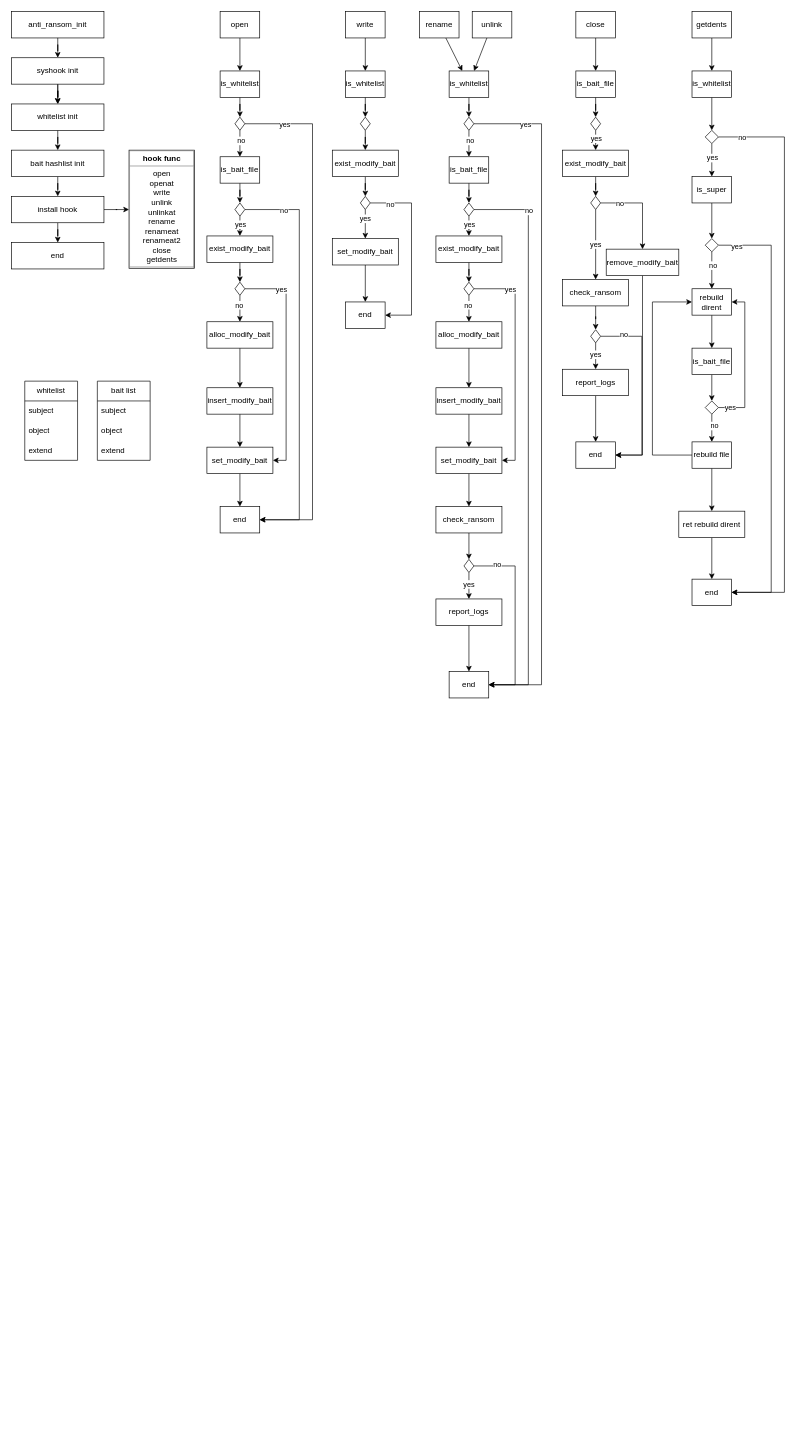
The draw.io diagram ransomware/anti_ransom.drawio in DeviceObject/CRecord, before the edit. Source tidied: cells renumbered, new cells numbered last; positions are measured from the earlier drawing's top-left corner, leaving out a move shared by most shapes. Both pictures are drawn from the tidied source at 66%, with x=0, y=0 at pixel (11, 11).
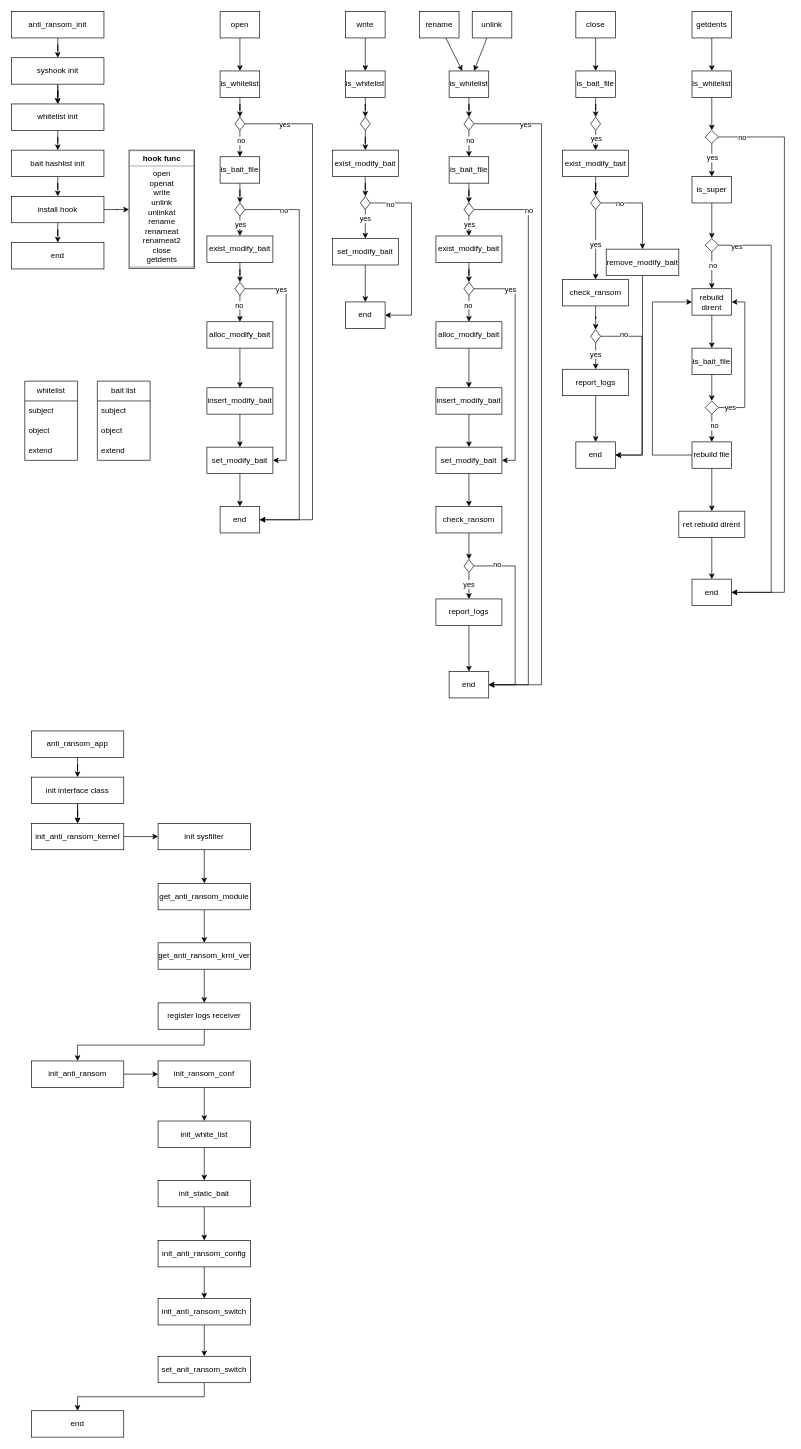
The same page after the edit.

Change to the diagram source:
```diff
@@
+    <mxCell id="167" style="edgeStyle=orthogonalEdgeStyle;rounded=0;jettySize=auto;html=1;" parent="1" edge="1" source="176" target="173">
+      <mxGeometry relative="1" as="geometry" />
+    </mxCell>
+    <mxCell id="168" value="anti_ransom_app" style="rounded=0;whiteSpace=wrap;html=1;" parent="1" vertex="1">
+      <mxGeometry x="30" y="1090" width="140" height="40" as="geometry" />
+    </mxCell>
+    <mxCell id="169" style="edgeStyle=orthogonalEdgeStyle;rounded=0;jettySize=auto;html=1;" parent="1" edge="1" source="170" target="186">
+      <mxGeometry relative="1" as="geometry" />
+    </mxCell>
+    <mxCell id="170" value="init_anti_ransom" style="rounded=0;whiteSpace=wrap;html=1;" parent="1" vertex="1">
+      <mxGeometry x="30" y="1590" width="140" height="40" as="geometry" />
+    </mxCell>
+    <mxCell id="171" style="edgeStyle=orthogonalEdgeStyle;rounded=0;jettySize=auto;html=1;" parent="1" edge="1" source="176" target="173">
+      <mxGeometry relative="1" as="geometry" />
+    </mxCell>
+    <mxCell id="172" style="edgeStyle=orthogonalEdgeStyle;rounded=0;jettySize=auto;html=1;" parent="1" edge="1" source="173" target="178">
+      <mxGeometry relative="1" as="geometry" />
+    </mxCell>
+    <mxCell id="173" value="init_anti_ransom_kernel" style="rounded=0;whiteSpace=wrap;html=1;" parent="1" vertex="1">
+      <mxGeometry x="30" y="1230" width="140" height="40" as="geometry" />
+    </mxCell>
+    <mxCell id="174" value="end" style="rounded=0;whiteSpace=wrap;html=1;" parent="1" vertex="1">
+      <mxGeometry x="30" y="2120" width="140" height="40" as="geometry" />
+    </mxCell>
+    <mxCell id="175" style="edgeStyle=orthogonalEdgeStyle;rounded=0;jettySize=auto;html=1;" parent="1" edge="1" source="168" target="176">
+      <mxGeometry relative="1" as="geometry" />
+    </mxCell>
+    <mxCell id="176" value="init interface class" style="rounded=0;whiteSpace=wrap;html=1;" parent="1" vertex="1">
+      <mxGeometry x="30" y="1160" width="140" height="40" as="geometry" />
+    </mxCell>
+    <mxCell id="177" style="edgeStyle=orthogonalEdgeStyle;rounded=0;jettySize=auto;html=1;" parent="1" edge="1" source="178" target="180">
+      <mxGeometry relative="1" as="geometry" />
+    </mxCell>
+    <mxCell id="178" value="init sysfilter" style="rounded=0;whiteSpace=wrap;html=1;" parent="1" vertex="1">
+      <mxGeometry x="222" y="1230" width="140" height="40" as="geometry" />
+    </mxCell>
+    <mxCell id="179" style="edgeStyle=orthogonalEdgeStyle;rounded=0;jettySize=auto;html=1;" parent="1" edge="1" source="180" target="182">
+      <mxGeometry relative="1" as="geometry" />
+    </mxCell>
+    <mxCell id="180" value="get_anti_ransom_module" style="rounded=0;whiteSpace=wrap;html=1;" parent="1" vertex="1">
+      <mxGeometry x="222" y="1321" width="140" height="40" as="geometry" />
+    </mxCell>
+    <mxCell id="181" style="edgeStyle=orthogonalEdgeStyle;rounded=0;jettySize=auto;html=1;" parent="1" edge="1" source="182" target="184">
+      <mxGeometry relative="1" as="geometry" />
+    </mxCell>
+    <mxCell id="182" value="get_anti_ransom_krnl_ver" style="rounded=0;whiteSpace=wrap;html=1;" parent="1" vertex="1">
+      <mxGeometry x="222" y="1411" width="140" height="40" as="geometry" />
+    </mxCell>
+    <mxCell id="183" style="edgeStyle=orthogonalEdgeStyle;rounded=0;jettySize=auto;html=1;entryX=0.5;entryY=0;entryDx=0;entryDy=0;exitX=0.5;exitY=1;exitDx=0;exitDy=0;" parent="1" edge="1" source="184" target="170">
+      <mxGeometry relative="1" as="geometry" />
+    </mxCell>
+    <mxCell id="184" value="register logs receiver" style="rounded=0;whiteSpace=wrap;html=1;" parent="1" vertex="1">
+      <mxGeometry x="222" y="1502" width="140" height="40" as="geometry" />
+    </mxCell>
+    <mxCell id="185" style="edgeStyle=orthogonalEdgeStyle;rounded=0;jettySize=auto;html=1;" parent="1" edge="1" source="186" target="188">
+      <mxGeometry relative="1" as="geometry" />
+    </mxCell>
+    <mxCell id="186" value="init_ransom_conf" style="rounded=0;whiteSpace=wrap;html=1;" parent="1" vertex="1">
+      <mxGeometry x="222" y="1590" width="140" height="40" as="geometry" />
+    </mxCell>
+    <mxCell id="187" style="edgeStyle=orthogonalEdgeStyle;rounded=0;jettySize=auto;html=1;" parent="1" edge="1" source="188" target="190">
+      <mxGeometry relative="1" as="geometry" />
+    </mxCell>
+    <mxCell id="188" value="init_white_list" style="rounded=0;whiteSpace=wrap;html=1;" parent="1" vertex="1">
+      <mxGeometry x="222" y="1681" width="140" height="40" as="geometry" />
+    </mxCell>
+    <mxCell id="189" style="edgeStyle=orthogonalEdgeStyle;rounded=0;jettySize=auto;html=1;" parent="1" edge="1" source="190" target="192">
+      <mxGeometry relative="1" as="geometry" />
+    </mxCell>
+    <mxCell id="190" value="init_static_bait" style="rounded=0;whiteSpace=wrap;html=1;" parent="1" vertex="1">
+      <mxGeometry x="222" y="1771" width="140" height="40" as="geometry" />
+    </mxCell>
+    <mxCell id="191" style="edgeStyle=orthogonalEdgeStyle;rounded=0;jettySize=auto;html=1;" parent="1" edge="1" source="192" target="194">
+      <mxGeometry relative="1" as="geometry" />
+    </mxCell>
+    <mxCell id="192" value="init_anti_ransom_config" style="rounded=0;whiteSpace=wrap;html=1;" parent="1" vertex="1">
+      <mxGeometry x="222" y="1862" width="140" height="40" as="geometry" />
+    </mxCell>
+    <mxCell id="193" style="edgeStyle=orthogonalEdgeStyle;rounded=0;jettySize=auto;html=1;" parent="1" edge="1" source="194" target="196">
+      <mxGeometry relative="1" as="geometry" />
+    </mxCell>
+    <mxCell id="194" value="init_anti_ransom_switch" style="rounded=0;whiteSpace=wrap;html=1;" parent="1" vertex="1">
+      <mxGeometry x="222" y="1950" width="140" height="40" as="geometry" />
+    </mxCell>
+    <mxCell id="195" style="edgeStyle=orthogonalEdgeStyle;rounded=0;jettySize=auto;html=1;entryX=0.5;entryY=0;entryDx=0;entryDy=0;exitX=0.5;exitY=1;exitDx=0;exitDy=0;" parent="1" edge="1" source="196" target="174">
+      <mxGeometry relative="1" as="geometry" />
+    </mxCell>
+    <mxCell id="196" value="set_anit_ransom_switch" style="rounded=0;whiteSpace=wrap;html=1;" parent="1" vertex="1">
+      <mxGeometry x="222" y="2037.5" width="140" height="40" as="geometry" />
+    </mxCell>
```
